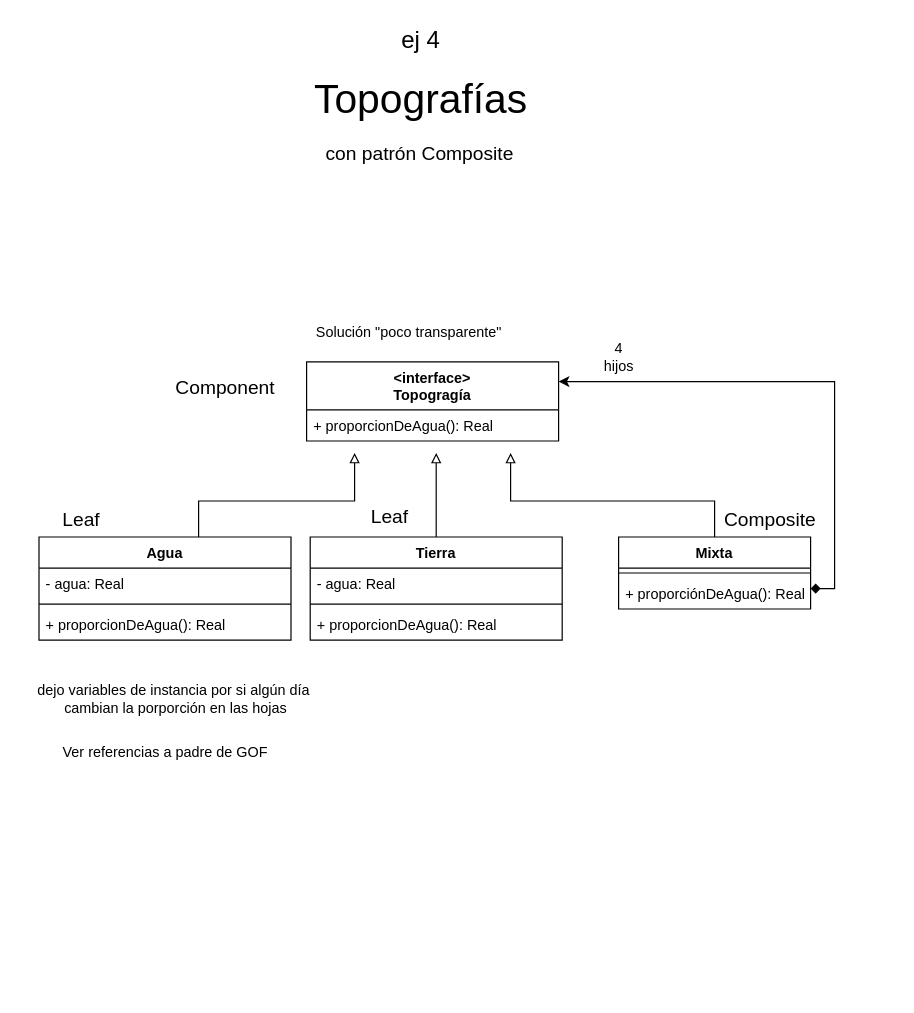
This is Diagramas/oo2_ej4-Topografías.drawio from Numa-diazdiva/OO2-ejercicios, a draw.io file, before an edit. Source tidied: cells renumbered, new cells numbered last; positions are measured from the earlier drawing's top-left corner, leaving out a move shared by most shapes. Both pictures are drawn from the tidied source at 120%, with x=0, y=0 at pixel (29, 20).
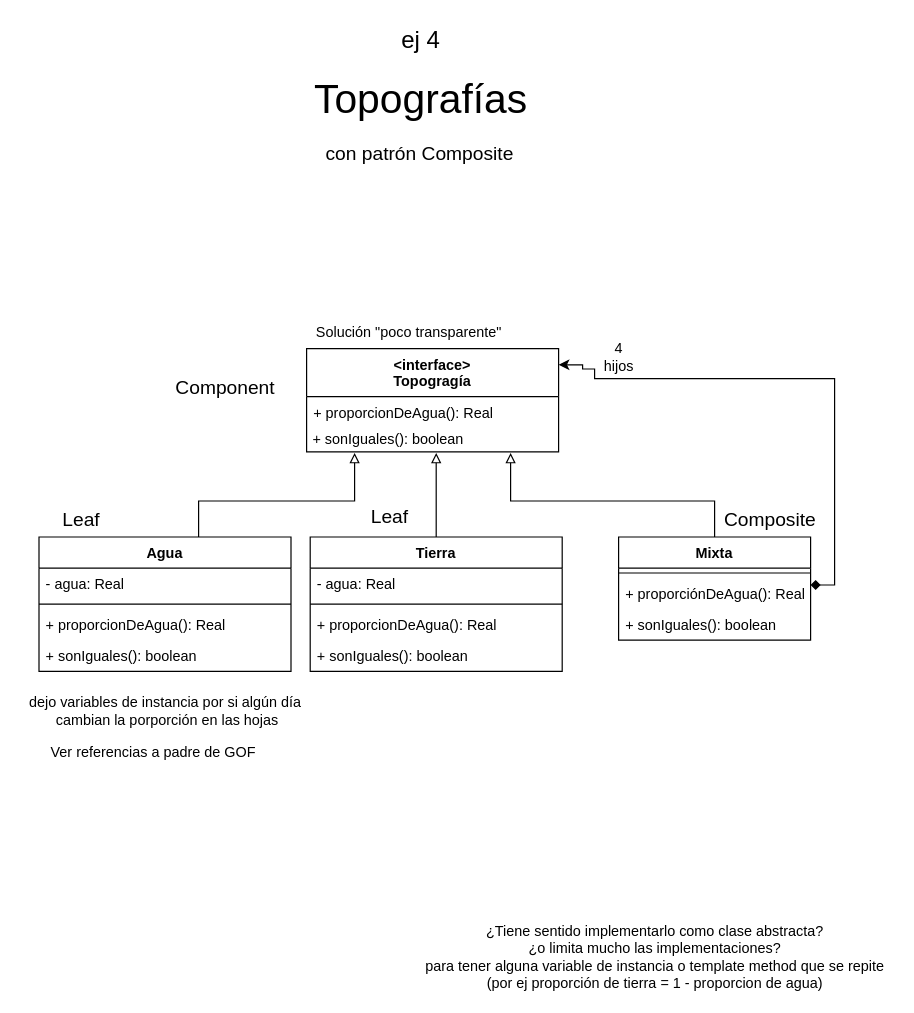
The same page after the edit.

Change to the diagram source:
```diff
@@
     <mxCell id="3" value="&lt;interface&gt;&#10;Topogragía" style="swimlane;fontStyle=1;align=center;verticalAlign=top;horizontal=1;startSize=40;" parent="1" vertex="1">
-      <mxGeometry x="231" y="284" width="210" height="66" as="geometry" />
+      <mxGeometry x="231" y="273" width="210" height="86" as="geometry" />
     </mxCell>
@@
+    <mxCell id="30" value="&amp;nbsp;+ sonIguales(): boolean" style="text;html=1;align=left;verticalAlign=middle;strokeColor=none;fillColor=none;" parent="3" vertex="1">
+      <mxGeometry y="66" width="210" height="20" as="geometry" />
+    </mxCell>
@@
     <mxCell id="6" value="Agua" style="swimlane;fontStyle=1;align=center;verticalAlign=top;horizontal=1;startSize=26;" parent="1" vertex="1">
-      <mxGeometry x="8" y="430" width="210" height="86" as="geometry" />
+      <mxGeometry x="8" y="430" width="210" height="112" as="geometry" />
     </mxCell>
@@
+    <mxCell id="31" value="+ sonIguales(): boolean" style="text;strokeColor=none;fillColor=none;align=left;verticalAlign=top;spacingLeft=4;spacingRight=4;overflow=hidden;" parent="6" vertex="1">
+      <mxGeometry y="86" width="210" height="26" as="geometry" />
+    </mxCell>
@@
-    <mxCell id="11" style="edgeStyle=orthogonalEdgeStyle;rounded=0;jettySize=auto;html=1;entryX=1;entryY=0.25;entryDx=0;entryDy=0;startArrow=diamond;startFill=1;" parent="1" edge="1" source="12" target="3">
+    <mxCell id="11" style="edgeStyle=orthogonalEdgeStyle;rounded=0;orthogonalLoop=1;jettySize=auto;html=1;entryX=1;entryY=0.25;entryDx=0;entryDy=0;startArrow=diamond;startFill=1;" parent="1" edge="1">
       <mxGeometry relative="1" as="geometry">
+        <mxPoint x="651" y="470" as="sourcePoint" />
+        <mxPoint x="441" y="286.5" as="targetPoint" />
         <Array as="points">
-          <mxPoint x="671" y="473" />
-          <mxPoint x="671" y="301" />
+          <mxPoint x="671" y="470" />
+          <mxPoint x="671" y="298" />
+          <mxPoint x="471" y="298" />
+          <mxPoint x="471" y="290" />
+          <mxPoint x="461" y="290" />
+          <mxPoint x="461" y="287" />
         </Array>
       </mxGeometry>
     </mxCell>
     <mxCell id="12" value="Mixta" style="swimlane;fontStyle=1;align=center;verticalAlign=top;horizontal=1;startSize=26;" parent="1" vertex="1">
-      <mxGeometry x="491" y="430" width="160" height="60" as="geometry" />
+      <mxGeometry x="491" y="430" width="160" height="86" as="geometry" />
     </mxCell>
@@
+    <mxCell id="32" value="+ sonIguales(): boolean" style="text;strokeColor=none;fillColor=none;align=left;verticalAlign=top;spacingLeft=4;spacingRight=4;overflow=hidden;" parent="12" vertex="1">
+      <mxGeometry y="60" width="160" height="26" as="geometry" />
+    </mxCell>
     <mxCell id="15" value="dejo variables de instancia por si algún día&lt;br&gt;&amp;nbsp;cambian la porporción en las hojas" style="text;html=1;align=center;verticalAlign=middle;strokeColor=none;fillColor=none;" parent="1" vertex="1">
-      <mxGeometry y="550" width="240" height="30" as="geometry" />
+      <mxGeometry x="-7" y="560" width="240" height="30" as="geometry" />
     </mxCell>
@@
     <mxCell id="17" value="Tierra" style="swimlane;fontStyle=1;align=center;verticalAlign=top;horizontal=1;startSize=26;" parent="1" vertex="1">
-      <mxGeometry x="234" y="430" width="210" height="86" as="geometry" />
+      <mxGeometry x="234" y="430" width="210" height="112" as="geometry" />
     </mxCell>
@@
+    <mxCell id="33" value="+ sonIguales(): boolean" style="text;strokeColor=none;fillColor=none;align=left;verticalAlign=top;spacingLeft=4;spacingRight=4;overflow=hidden;" parent="17" vertex="1">
+      <mxGeometry y="86" width="210" height="26" as="geometry" />
+    </mxCell>
@@
     <mxCell id="22" value="Ver referencias a padre de GOF" style="text;html=1;align=center;verticalAlign=middle;strokeColor=none;fillColor=none;" parent="1" vertex="1">
-      <mxGeometry x="18" y="600" width="190" height="20" as="geometry" />
+      <mxGeometry x="8" y="600" width="190" height="20" as="geometry" />
     </mxCell>
@@
+    <mxCell id="34" value="¿Tiene sentido implementarlo como clase abstracta?&lt;br&gt;¿o limita mucho las implementaciones?&lt;br&gt;para tener alguna variable de instancia o template method que se repite&lt;br&gt;(por ej proporción de tierra = 1 - proporcion de agua)" style="text;html=1;align=center;verticalAlign=middle;strokeColor=none;fillColor=none;" parent="1" vertex="1">
+      <mxGeometry x="321" y="750" width="400" height="60" as="geometry" />
+    </mxCell>
```
